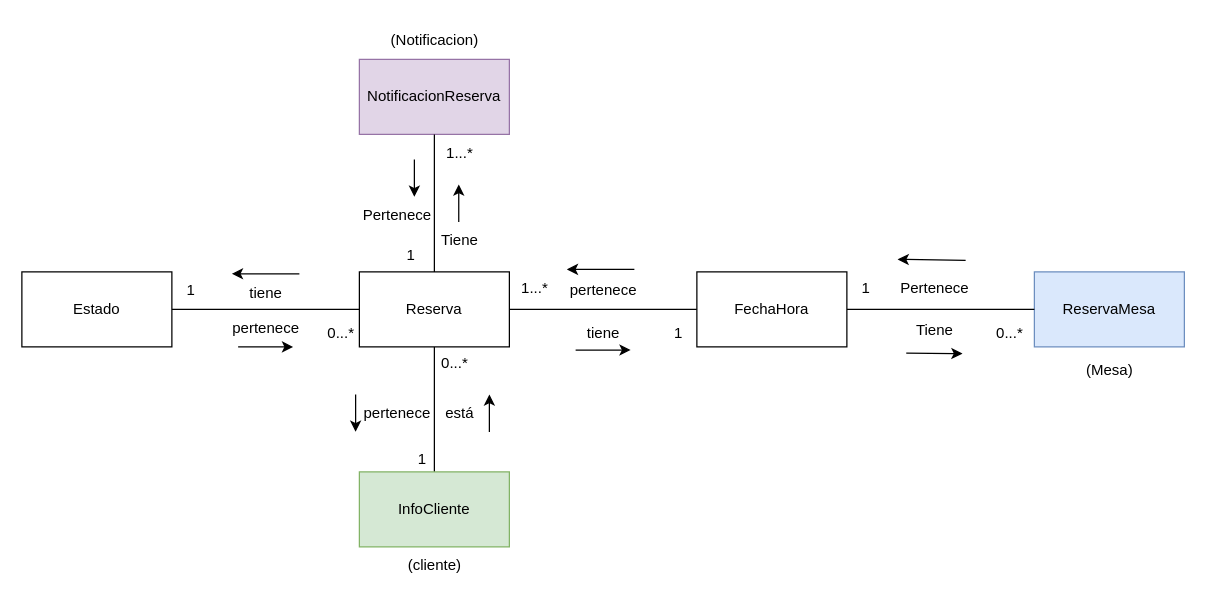
This is page "Reservas" (3 of 12) of Restaurante_Disenio.drawio from andrescardo98/doo, a draw.io file, before an edit. Source tidied: cells renumbered, new cells numbered last; positions are measured from the earlier drawing's top-left corner, leaving out a move shared by most shapes. Both pictures are drawn from the tidied source at 125%, with x=0, y=0 at pixel (21, 21).
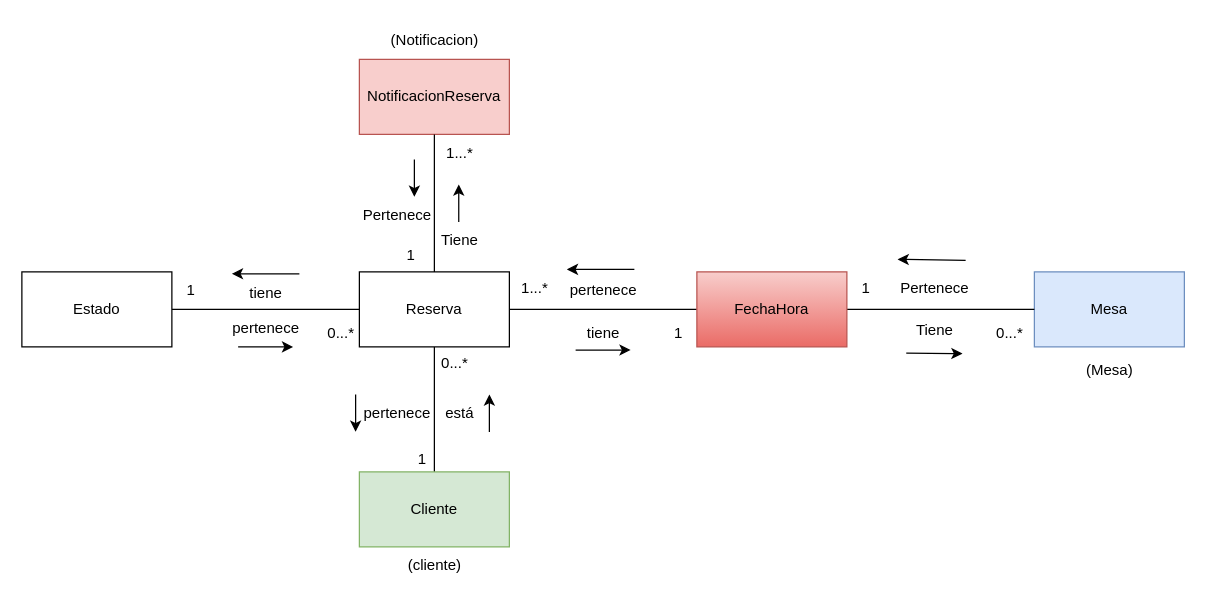
Above is the later version.

What changed in the source:
```diff
@@
-    <mxCell id="6" value="NotificacionReserva" style="rounded=0;whiteSpace=wrap;html=1;fillColor=#e1d5e7;strokeColor=#9673a6;" parent="1" vertex="1">
+    <mxCell id="6" value="NotificacionReserva" style="rounded=0;whiteSpace=wrap;html=1;fillColor=#f8cecc;strokeColor=#b85450;" parent="1" vertex="1">
       <mxGeometry x="270" y="30" width="120" height="60" as="geometry" />
     </mxCell>
@@
-    <mxCell id="14" value="ReservaMesa" style="rounded=0;whiteSpace=wrap;html=1;fillColor=#dae8fc;strokeColor=#6c8ebf;" parent="1" vertex="1">
+    <mxCell id="14" value="Mesa" style="rounded=0;whiteSpace=wrap;html=1;fillColor=#dae8fc;strokeColor=#6c8ebf;" parent="1" vertex="1">
       <mxGeometry x="810" y="200" width="120" height="60" as="geometry" />
     </mxCell>
@@
-    <mxCell id="21" value="InfoCliente" style="rounded=0;whiteSpace=wrap;html=1;fillColor=#d5e8d4;strokeColor=#82b366;" parent="1" vertex="1">
+    <mxCell id="21" value="Cliente" style="rounded=0;whiteSpace=wrap;html=1;fillColor=#d5e8d4;strokeColor=#82b366;" parent="1" vertex="1">
       <mxGeometry x="270" y="360" width="120" height="60" as="geometry" />
     </mxCell>
@@
-    <mxCell id="31" value="FechaHora" style="rounded=0;whiteSpace=wrap;html=1;" parent="1" vertex="1">
+    <mxCell id="31" value="FechaHora" style="rounded=0;whiteSpace=wrap;html=1;fillColor=#f8cecc;gradientColor=#ea6b66;strokeColor=#b85450;" parent="1" vertex="1">
       <mxGeometry x="540" y="200" width="120" height="60" as="geometry" />
     </mxCell>
```
